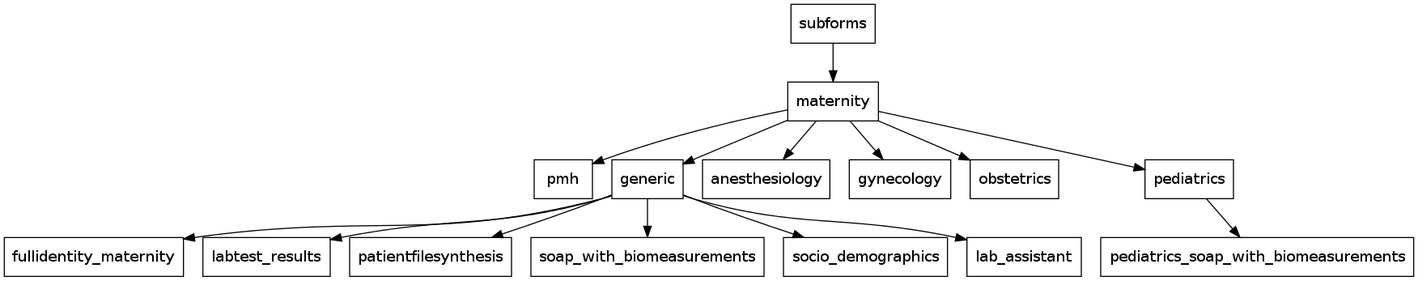
This is dot/subforms.png from maternite/maternite.github.io, a Graphviz export, as it was before one commit. Its source is kept beside it as dot/subforms.gv.
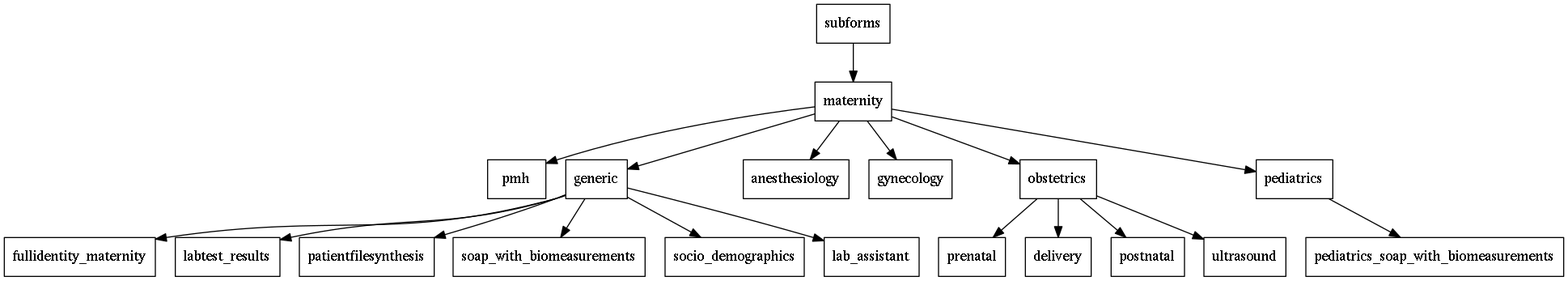
Later version of the same file.

Commit message:
prenatal progress

Change to the diagram source:
```diff
@@ -12,6 +12,10 @@
     anesthesiology [shape=box];
     gynecology [shape=box];
     obstetrics [shape=box];
+        prenatal [shape=box];
+        delivery [shape=box];
+        postnatal [shape=box];
+        ultrasound [shape=box];
     pediatrics [shape=box];
         pediatrics_soap_with_biomeasurements [shape=box];
 
@@ -21,4 +25,6 @@
     {fullidentity_maternity;labtest_results;patientfilesynthesis;soap_with_biomeasurements;socio_demographics;lab_assistant}
 
     pediatrics -> pediatrics_soap_with_biomeasurements
+
+    obstetrics -> {prenatal;delivery;postnatal;ultrasound}
 }
```
